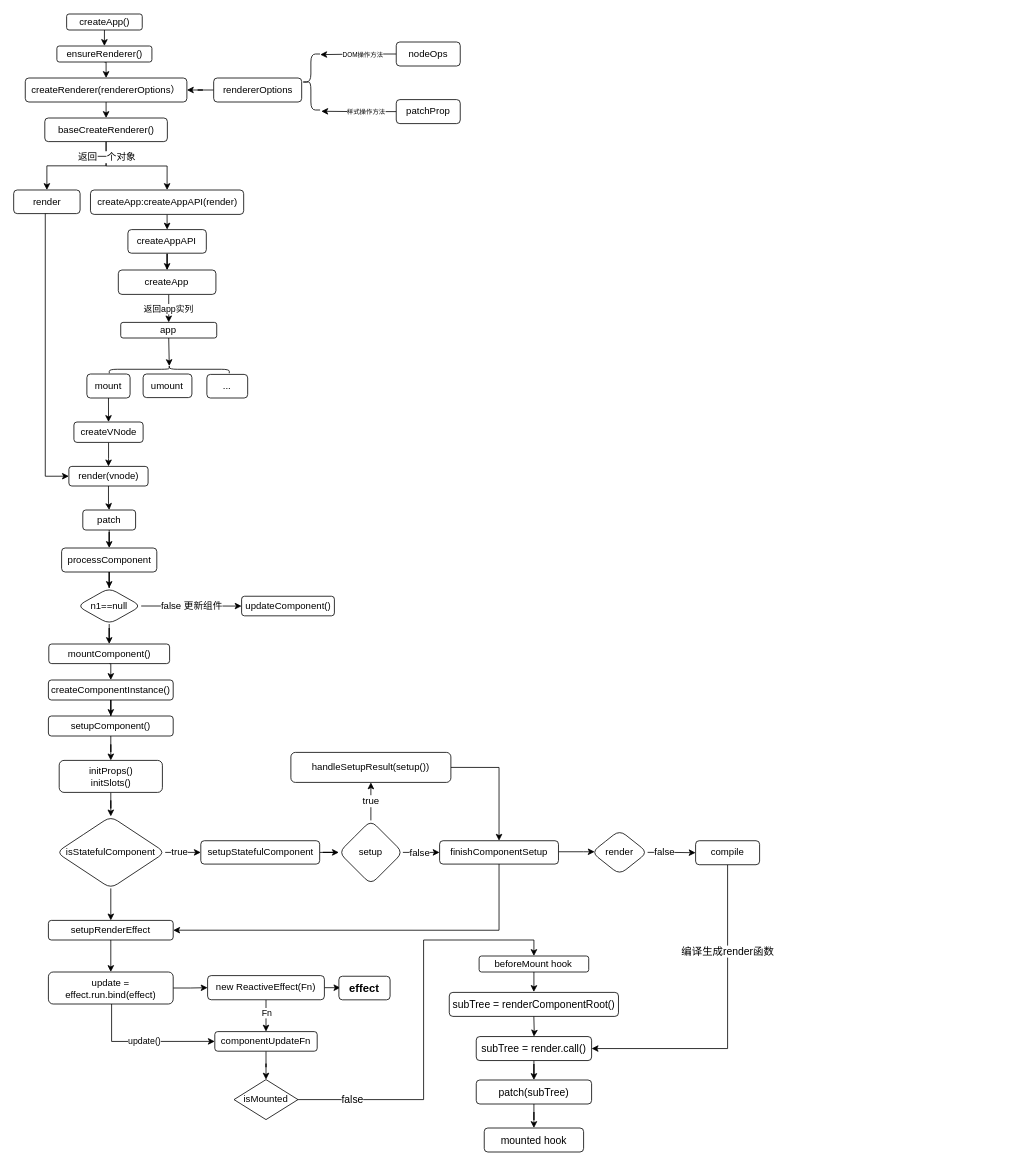
Before: page "初始化" (1 of 6) of vue.drawio in 2889597857/study-vue-js, a draw.io diagram. Source tidied: cells renumbered, new cells numbered last; positions are measured from the earlier drawing's top-left corner, leaving out a move shared by most shapes. Both pictures are drawn from the tidied source at 80%, with x=0, y=0 at pixel (14, 14).
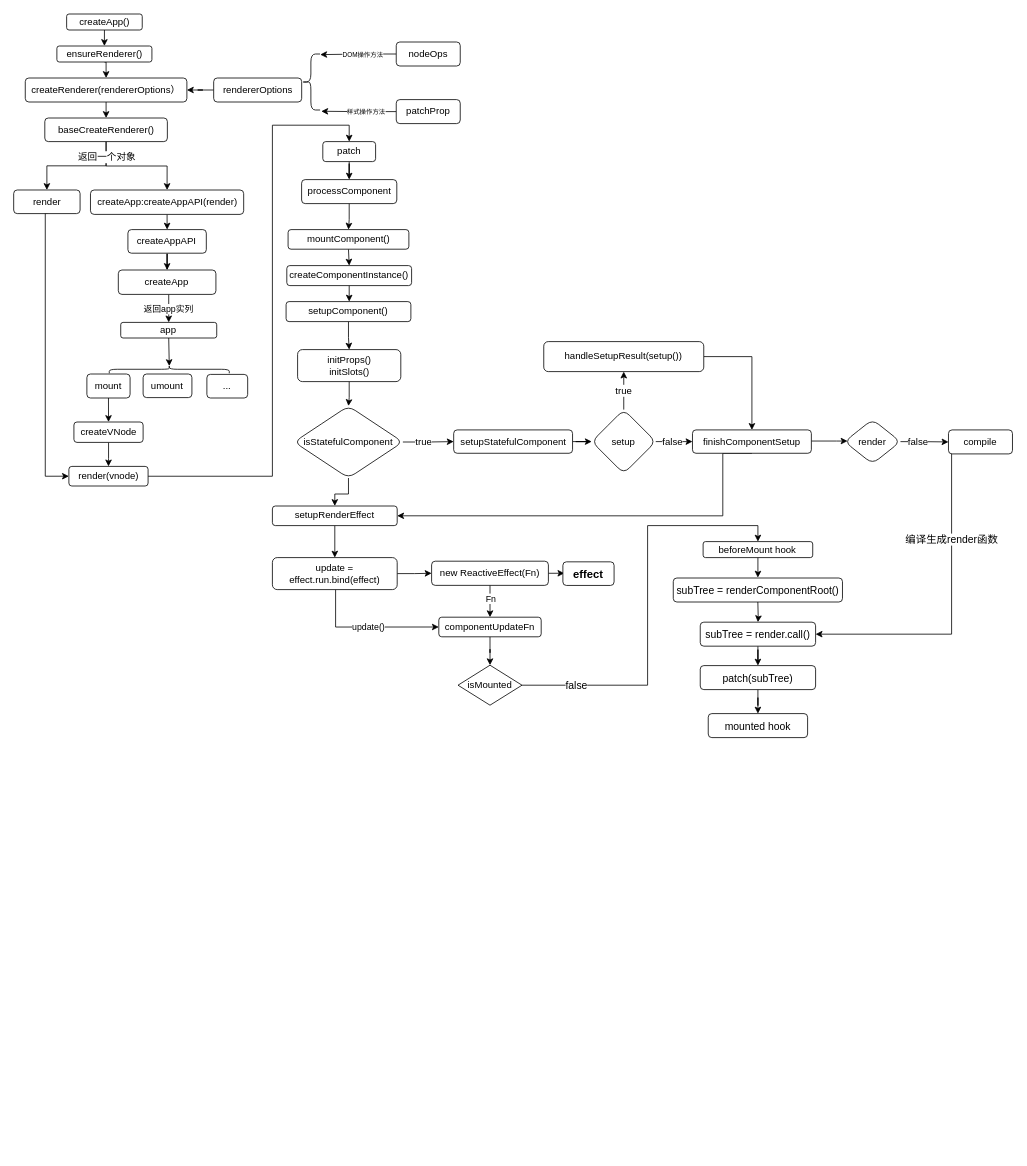
The same page after the edit.

The change refers to these unchanged cells:
```xml
<mxCell id="24" value="render(vnode)" style="rounded=1;whiteSpace=wrap;html=1;" parent="1" vertex="1">
  <mxGeometry x="68.6" y="565.5" width="99" height="24.5" as="geometry" />
</mxCell>
```

Change to the diagram source:
```diff
@@
+    <mxCell id="25" style="edgeStyle=orthogonalEdgeStyle;rounded=0;jettySize=auto;html=1;entryX=0.5;entryY=0;entryDx=0;entryDy=0;" parent="1" edge="1" source="24" target="27">
+      <mxGeometry relative="1" as="geometry">
+        <Array as="points">
+          <mxPoint x="323" y="578" />
+          <mxPoint x="323" y="139" />
+          <mxPoint x="419" y="139" />
+        </Array>
+      </mxGeometry>
+    </mxCell>
@@
-    <mxCell id="25" style="edgeStyle=orthogonalEdgeStyle;rounded=0;jettySize=auto;html=1;exitX=0.5;exitY=1;exitDx=0;exitDy=0;entryX=0.5;entryY=0;entryDx=0;entryDy=0;" parent="1" edge="1" source="24" target="27">
-      <mxGeometry relative="1" as="geometry">
-        <Array as="points">
-          <mxPoint x="118" y="610" />
-          <mxPoint x="119" y="610" />
-        </Array>
-      </mxGeometry>
-    </mxCell>
@@
     <mxCell id="27" value="patch" style="rounded=1;whiteSpace=wrap;html=1;" parent="1" vertex="1">
-      <mxGeometry x="86" y="620" width="66" height="25" as="geometry" />
+      <mxGeometry x="386" y="159.5" width="66" height="25" as="geometry" />
     </mxCell>
-    <mxCell id="28" style="edgeStyle=orthogonalEdgeStyle;rounded=0;jettySize=auto;html=1;fontFamily=Helvetica;fontSize=12;fontColor=default;" parent="1" edge="1" source="29" target="79">
+    <mxCell id="28" style="edgeStyle=orthogonalEdgeStyle;rounded=0;jettySize=auto;html=1;fontFamily=Helvetica;fontSize=12;fontColor=default;entryX=0.5;entryY=0;entryDx=0;entryDy=0;" parent="1" edge="1" source="29" target="32">
       <mxGeometry relative="1" as="geometry" />
     </mxCell>
     <mxCell id="29" value="processComponent" style="rounded=1;whiteSpace=wrap;html=1;" parent="1" vertex="1">
-      <mxGeometry x="59.5" y="667.5" width="119" height="30" as="geometry" />
+      <mxGeometry x="359.5" y="207" width="119" height="30" as="geometry" />
     </mxCell>
@@
     <mxCell id="32" value="mountComponent()" style="rounded=1;whiteSpace=wrap;html=1;" parent="1" vertex="1">
-      <mxGeometry x="43.5" y="787.5" width="151" height="24.5" as="geometry" />
+      <mxGeometry x="342.6" y="269.5" width="151" height="24.5" as="geometry" />
     </mxCell>
@@
     <mxCell id="34" value="setupComponent()" style="rounded=1;whiteSpace=wrap;html=1;" parent="1" vertex="1">
-      <mxGeometry x="43" y="877.5" width="156" height="25" as="geometry" />
+      <mxGeometry x="340.1" y="359.5" width="156" height="25" as="geometry" />
     </mxCell>
@@
     <mxCell id="36" value="setupRenderEffect" style="rounded=1;whiteSpace=wrap;html=1;" parent="1" vertex="1">
-      <mxGeometry x="43" y="1133" width="156" height="24.5" as="geometry" />
+      <mxGeometry x="323" y="615" width="156" height="24.5" as="geometry" />
     </mxCell>
     <mxCell id="37" value="update()" style="edgeStyle=orthogonalEdgeStyle;rounded=0;jettySize=auto;html=1;entryX=0;entryY=0.5;entryDx=0;entryDy=0;" parent="1" edge="1" source="39" target="48">
       <mxGeometry relative="1" as="geometry">
         <Array as="points">
-          <mxPoint x="122" y="1284" />
+          <mxPoint x="402" y="766" />
         </Array>
       </mxGeometry>
     </mxCell>
@@
     <mxCell id="39" value="update = effect.run.bind(effect)" style="rounded=1;whiteSpace=wrap;html=1;" parent="1" vertex="1">
-      <mxGeometry x="43" y="1197.5" width="156" height="40" as="geometry" />
+      <mxGeometry x="323" y="679.5" width="156" height="40" as="geometry" />
     </mxCell>
@@
     <mxCell id="43" value="new ReactiveEffect(Fn)" style="rounded=1;whiteSpace=wrap;html=1;" parent="1" vertex="1">
-      <mxGeometry x="242" y="1202" width="146" height="30.2" as="geometry" />
+      <mxGeometry x="522" y="684" width="146" height="30.2" as="geometry" />
     </mxCell>
@@
-    <mxCell id="46" value="updateComponent()" style="rounded=1;whiteSpace=wrap;html=1;" parent="1" vertex="1">
-      <mxGeometry x="284.5" y="727.8" width="116" height="24.5" as="geometry" />
-    </mxCell>
@@
     <mxCell id="48" value="componentUpdateFn" style="whiteSpace=wrap;html=1;rounded=1;" parent="1" vertex="1">
-      <mxGeometry x="251" y="1272" width="128" height="24.5" as="geometry" />
+      <mxGeometry x="531" y="754" width="128" height="24.5" as="geometry" />
     </mxCell>
     <mxCell id="49" value="&lt;b&gt;&lt;font style=&quot;font-size: 14px&quot;&gt;effect&lt;/font&gt;&lt;/b&gt;" style="rounded=1;whiteSpace=wrap;html=1;" parent="1" vertex="1">
-      <mxGeometry x="406.1" y="1202.8" width="64" height="29.5" as="geometry" />
+      <mxGeometry x="686.1" y="684.8" width="64" height="29.5" as="geometry" />
     </mxCell>
@@
     <mxCell id="51" value="initProps()&lt;br&gt;initSlots()" style="rounded=1;whiteSpace=wrap;html=1;" parent="1" vertex="1">
-      <mxGeometry x="56.5" y="933" width="129" height="40" as="geometry" />
+      <mxGeometry x="354.5" y="419.5" width="129" height="40" as="geometry" />
     </mxCell>
@@
     <mxCell id="55" value="isStatefulComponent" style="rhombus;whiteSpace=wrap;html=1;rounded=1;" parent="1" vertex="1">
-      <mxGeometry x="53" y="1003" width="136" height="90" as="geometry" />
+      <mxGeometry x="350.1" y="490" width="136" height="90" as="geometry" />
     </mxCell>
@@
     <mxCell id="57" value="setupStatefulComponent" style="whiteSpace=wrap;html=1;rounded=1;" parent="1" vertex="1">
-      <mxGeometry x="233.5" y="1033.4" width="148.6" height="29.2" as="geometry" />
+      <mxGeometry x="549.6" y="519.9" width="148.6" height="29.2" as="geometry" />
     </mxCell>
@@
     <mxCell id="61" value="setup" style="rhombus;whiteSpace=wrap;html=1;rounded=1;" parent="1" vertex="1">
-      <mxGeometry x="406.1" y="1008" width="80" height="80" as="geometry" />
+      <mxGeometry x="722.2" y="494.5" width="80" height="80" as="geometry" />
     </mxCell>
     <mxCell id="62" style="edgeStyle=orthogonalEdgeStyle;rounded=0;jettySize=auto;html=1;entryX=1;entryY=0.5;entryDx=0;entryDy=0;fontFamily=Helvetica;fontSize=12;fontColor=default;exitX=0.5;exitY=1;exitDx=0;exitDy=0;" parent="1" edge="1" source="64" target="36">
       <mxGeometry relative="1" as="geometry">
         <Array as="points">
-          <mxPoint x="606" y="1145.5" />
+          <mxPoint x="886" y="627.5" />
         </Array>
       </mxGeometry>
     </mxCell>
     <mxCell id="63" style="edgeStyle=orthogonalEdgeStyle;rounded=0;jettySize=auto;html=1;fontFamily=Helvetica;fontSize=12;fontColor=default;entryX=0.055;entryY=0.487;entryDx=0;entryDy=0;entryPerimeter=0;" parent="1" edge="1" source="64" target="69">
       <mxGeometry relative="1" as="geometry">
         <Array as="points">
-          <mxPoint x="712" y="1048.5" />
+          <mxPoint x="1028.1" y="535" />
         </Array>
       </mxGeometry>
     </mxCell>
     <mxCell id="64" value="finishComponentSetup" style="whiteSpace=wrap;html=1;rounded=1;" parent="1" vertex="1">
-      <mxGeometry x="532" y="1033.4" width="148.6" height="29.2" as="geometry" />
+      <mxGeometry x="848.1" y="519.9" width="148.6" height="29.2" as="geometry" />
     </mxCell>
@@
     <mxCell id="66" value="handleSetupResult(setup())" style="whiteSpace=wrap;html=1;rounded=1;" parent="1" vertex="1">
-      <mxGeometry x="346.1" y="923" width="200" height="37.5" as="geometry" />
+      <mxGeometry x="662.2" y="409.5" width="200" height="37.5" as="geometry" />
     </mxCell>
@@
     <mxCell id="69" value="render" style="rhombus;whiteSpace=wrap;html=1;rounded=1;" parent="1" vertex="1">
-      <mxGeometry x="722" y="1020.2" width="70" height="55.5" as="geometry" />
+      <mxGeometry x="1038.1" y="506.8" width="70" height="55.5" as="geometry" />
     </mxCell>
     <mxCell id="70" style="edgeStyle=orthogonalEdgeStyle;rounded=0;jettySize=auto;html=1;entryX=1;entryY=0.5;entryDx=0;entryDy=0;fontFamily=Helvetica;fontSize=13;fontColor=#000000;" parent="1" edge="1" source="72" target="97">
       <mxGeometry relative="1" as="geometry">
         <Array as="points">
-          <mxPoint x="892" y="1293.5" />
+          <mxPoint x="1172" y="775.5" />
         </Array>
       </mxGeometry>
     </mxCell>
@@
     <mxCell id="72" value="&lt;span style=&quot;text-align: left&quot;&gt;compile&lt;/span&gt;" style="rounded=1;whiteSpace=wrap;html=1;fontFamily=Helvetica;fontSize=12;fontColor=default;strokeColor=default;fillColor=default;" parent="1" vertex="1">
-      <mxGeometry x="852" y="1033.4" width="80" height="30" as="geometry" />
+      <mxGeometry x="1168.1" y="519.9" width="80" height="30" as="geometry" />
     </mxCell>
     <mxCell id="73" value="createComponentInstance()" style="rounded=1;whiteSpace=wrap;html=1;" parent="1" vertex="1">
-      <mxGeometry x="43" y="832.5" width="156" height="25" as="geometry" />
+      <mxGeometry x="341" y="314.5" width="156" height="25" as="geometry" />
     </mxCell>
@@
-    <mxCell id="77" style="edgeStyle=orthogonalEdgeStyle;rounded=0;jettySize=auto;html=1;fontFamily=Helvetica;fontSize=12;fontColor=default;" parent="1" edge="1" source="79" target="32">
-      <mxGeometry relative="1" as="geometry" />
-    </mxCell>
-    <mxCell id="78" value="false&amp;nbsp;更新组件" style="edgeStyle=orthogonalEdgeStyle;rounded=0;jettySize=auto;html=1;exitX=1;exitY=0.5;exitDx=0;exitDy=0;fontFamily=Helvetica;fontSize=12;fontColor=default;" parent="1" edge="1" source="79" target="46">
-      <mxGeometry relative="1" as="geometry" />
-    </mxCell>
-    <mxCell id="79" value="n1==null" style="rhombus;whiteSpace=wrap;html=1;rounded=1;" parent="1" vertex="1">
-      <mxGeometry x="79" y="717.5" width="80" height="45" as="geometry" />
-    </mxCell>
@@
     <mxCell id="89" style="edgeStyle=orthogonalEdgeStyle;rounded=0;jettySize=auto;html=1;entryX=0.5;entryY=0;entryDx=0;entryDy=0;fontFamily=Helvetica;fontSize=13;fontColor=#000000;" parent="1" edge="1" source="91" target="93">
       <mxGeometry relative="1" as="geometry">
         <Array as="points">
-          <mxPoint x="512" y="1357.5" />
-          <mxPoint x="512" y="1157.5" />
-          <mxPoint x="650" y="1157.5" />
+          <mxPoint x="792" y="839.5" />
+          <mxPoint x="792" y="639.5" />
+          <mxPoint x="930" y="639.5" />
         </Array>
       </mxGeometry>
     </mxCell>
@@
     <mxCell id="91" value="isMounted" style="rhombus;whiteSpace=wrap;html=1;fontFamily=Helvetica;" parent="1" vertex="1">
-      <mxGeometry x="275" y="1332" width="80" height="50" as="geometry" />
+      <mxGeometry x="555" y="814" width="80" height="50" as="geometry" />
     </mxCell>
     <mxCell id="92" style="edgeStyle=orthogonalEdgeStyle;rounded=0;jettySize=auto;html=1;fontFamily=Helvetica;" parent="1" edge="1" source="93">
       <mxGeometry relative="1" as="geometry">
-        <mxPoint x="649.8" y="1222.5" as="targetPoint" />
+        <mxPoint x="929.8" y="704.5" as="targetPoint" />
       </mxGeometry>
     </mxCell>
     <mxCell id="93" value="beforeMount hook" style="rounded=1;whiteSpace=wrap;html=1;fontFamily=Helvetica;" parent="1" vertex="1">
-      <mxGeometry x="581.4" y="1177.5" width="137" height="20" as="geometry" />
+      <mxGeometry x="861.4" y="659.5" width="137" height="20" as="geometry" />
     </mxCell>
     <mxCell id="94" style="edgeStyle=orthogonalEdgeStyle;rounded=0;jettySize=auto;html=1;fontFamily=Helvetica;fontSize=13;fontColor=#000000;" parent="1" edge="1" target="97">
       <mxGeometry relative="1" as="geometry">
-        <mxPoint x="649.8" y="1252.5" as="sourcePoint" />
+        <mxPoint x="929.8" y="734.5" as="sourcePoint" />
       </mxGeometry>
     </mxCell>
     <mxCell id="95" value="&lt;font style=&quot;font-size: 13px;&quot;&gt;subTree = renderComponentRoot()&lt;/font&gt;" style="whiteSpace=wrap;html=1;rounded=1;" parent="1" vertex="1">
-      <mxGeometry x="544.1" y="1223" width="211.5" height="30" as="geometry" />
+      <mxGeometry x="824.1" y="705" width="211.5" height="30" as="geometry" />
     </mxCell>
@@
     <mxCell id="97" value="&lt;span style=&quot;font-size: 13px;&quot;&gt;subTree = render.call()&lt;/span&gt;" style="whiteSpace=wrap;html=1;rounded=1;" parent="1" vertex="1">
-      <mxGeometry x="577.8" y="1278.2" width="144.2" height="30" as="geometry" />
+      <mxGeometry x="857.8" y="760.2" width="144.2" height="30" as="geometry" />
     </mxCell>
@@
     <mxCell id="99" value="&lt;span style=&quot;font-size: 13px;&quot;&gt;patch(subTree)&lt;/span&gt;" style="whiteSpace=wrap;html=1;rounded=1;" parent="1" vertex="1">
-      <mxGeometry x="577.8" y="1332.5" width="144.2" height="30" as="geometry" />
+      <mxGeometry x="857.8" y="814.5" width="144.2" height="30" as="geometry" />
     </mxCell>
     <mxCell id="100" value="&lt;span style=&quot;font-size: 13px;&quot;&gt;mounted hook&lt;/span&gt;" style="whiteSpace=wrap;html=1;rounded=1;" parent="1" vertex="1">
-      <mxGeometry x="587.8" y="1392.5" width="124.2" height="30" as="geometry" />
+      <mxGeometry x="867.8" y="874.5" width="124.2" height="30" as="geometry" />
     </mxCell>
```
